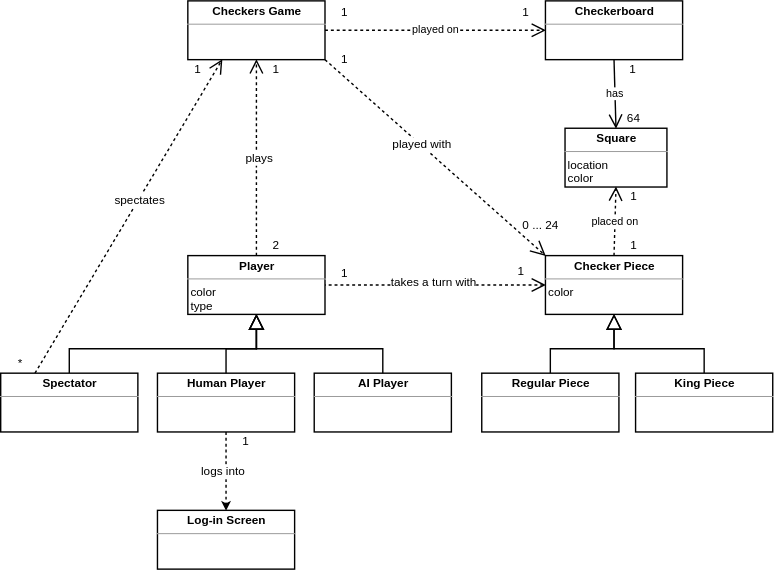
Earlier version of the draw.io export docs/DomainAnalysisGroup.svg (apd3215/WebCheckersClone). Source tidied: cells renumbered, new cells last; positions are measured from the earlier drawing's top-left corner, leaving out a move shared by most shapes. Source of this version:
```xml
<mxGraphModel>
  <root>
    <mxCell id="0" />
    <mxCell id="1" parent="0" />
    <mxCell id="2" style="edgeStyle=orthogonalEdgeStyle;rounded=0;jettySize=auto;html=1;exitX=0.5;exitY=0;exitDx=0;exitDy=0;endArrow=block;endFill=0;strokeColor=#000000;strokeWidth=1;targetPerimeterSpacing=0;endSize=13;jumpSize=6;startSize=6;" parent="1" edge="1" source="41">
      <mxGeometry relative="1" as="geometry">
        <mxPoint x="261" y="320" as="targetPoint" />
        <Array as="points">
          <mxPoint x="70" y="355" />
          <mxPoint x="261" y="355" />
        </Array>
      </mxGeometry>
    </mxCell>
    <mxCell id="3" value="&lt;p style=&quot;margin: 0px ; margin-top: 4px ; text-align: center&quot;&gt;&lt;b&gt;Player&lt;/b&gt;&lt;/p&gt;&lt;hr size=&quot;1&quot;&gt;&lt;div style=&quot;height: 2px&quot;&gt;&amp;nbsp;color&lt;/div&gt;&lt;div style=&quot;height: 2px&quot;&gt;&lt;br&gt;&lt;/div&gt;&lt;div style=&quot;height: 2px&quot;&gt;&lt;br&gt;&lt;/div&gt;&lt;div style=&quot;height: 2px&quot;&gt;&lt;br&gt;&lt;/div&gt;&lt;div style=&quot;height: 2px&quot;&gt;&lt;br&gt;&lt;/div&gt;&lt;div style=&quot;height: 2px&quot;&gt;&lt;br&gt;&lt;/div&gt;&lt;div style=&quot;height: 2px&quot;&gt;&lt;br&gt;&lt;/div&gt;&lt;div style=&quot;height: 2px&quot;&gt;&amp;nbsp;type&lt;/div&gt;&lt;div style=&quot;height: 2px&quot;&gt;&lt;br&gt;&lt;/div&gt;" style="verticalAlign=top;align=left;overflow=fill;fontSize=12;fontFamily=Helvetica;html=1;" parent="1" vertex="1">
      <mxGeometry x="191" y="260" width="140" height="60" as="geometry" />
    </mxCell>
    <mxCell id="4" value="&lt;p style=&quot;margin: 0px ; margin-top: 4px ; text-align: center&quot;&gt;&lt;b&gt;Checkerboard&lt;/b&gt;&lt;/p&gt;&lt;hr size=&quot;1&quot;&gt;&lt;div style=&quot;height: 2px&quot;&gt;&lt;/div&gt;" style="verticalAlign=top;align=left;overflow=fill;fontSize=12;fontFamily=Helvetica;html=1;" parent="1" vertex="1">
      <mxGeometry x="556" width="140" height="60" as="geometry" />
    </mxCell>
    <mxCell id="5" value="&lt;p style=&quot;margin: 0px ; margin-top: 4px ; text-align: center&quot;&gt;&lt;b&gt;Checker Piece&lt;/b&gt;&lt;/p&gt;&lt;hr size=&quot;1&quot;&gt;&lt;div style=&quot;height: 2px&quot;&gt;&amp;nbsp;color&lt;/div&gt;" style="verticalAlign=top;align=left;overflow=fill;fontSize=12;fontFamily=Helvetica;html=1;" parent="1" vertex="1">
      <mxGeometry x="556" y="260" width="140" height="60" as="geometry" />
    </mxCell>
    <mxCell id="6" value="&lt;p style=&quot;margin: 0px ; margin-top: 4px ; text-align: center&quot;&gt;&lt;b&gt;Square&lt;/b&gt;&lt;/p&gt;&lt;hr size=&quot;1&quot;&gt;&lt;div style=&quot;height: 2px&quot;&gt;&amp;nbsp;location&lt;/div&gt;&lt;div style=&quot;height: 2px&quot;&gt;&lt;br&gt;&lt;/div&gt;&lt;div style=&quot;height: 2px&quot;&gt;&lt;br&gt;&lt;/div&gt;&lt;div style=&quot;height: 2px&quot;&gt;&lt;br&gt;&lt;/div&gt;&lt;div style=&quot;height: 2px&quot;&gt;&lt;br&gt;&lt;/div&gt;&lt;div style=&quot;height: 2px&quot;&gt;&lt;br&gt;&lt;/div&gt;&lt;div style=&quot;height: 2px&quot;&gt;&lt;br&gt;&lt;/div&gt;&lt;div style=&quot;height: 2px&quot;&gt;&amp;nbsp;color&lt;/div&gt;" style="verticalAlign=top;align=left;overflow=fill;fontSize=12;fontFamily=Helvetica;html=1;" parent="1" vertex="1">
      <mxGeometry x="576" y="130" width="104" height="60" as="geometry" />
    </mxCell>
    <mxCell id="7" style="edgeStyle=none;rounded=0;comic=0;jumpStyle=none;jettySize=auto;html=1;exitX=1;exitY=1;exitDx=0;exitDy=0;entryX=0;entryY=0;entryDx=0;entryDy=0;startArrow=none;startFill=0;startSize=12;endArrow=open;endFill=0;endSize=13;strokeColor=#000000;dashed=1;" parent="1" edge="1" source="9" target="5">
      <mxGeometry relative="1" as="geometry" />
    </mxCell>
    <mxCell id="8" value="played with" style="text;html=1;align=center;verticalAlign=middle;labelBackgroundColor=#ffffff;" parent="7" vertex="1">
      <mxGeometry x="-0.13" y="1" relative="1" as="geometry" />
    </mxCell>
    <mxCell id="9" value="&lt;p style=&quot;margin: 0px ; margin-top: 4px ; text-align: center&quot;&gt;&lt;b&gt;Checkers Game&lt;/b&gt;&lt;/p&gt;&lt;hr size=&quot;1&quot;&gt;&lt;div style=&quot;height: 2px&quot;&gt;&lt;/div&gt;" style="verticalAlign=top;align=left;overflow=fill;fontSize=12;fontFamily=Helvetica;html=1;" parent="1" vertex="1">
      <mxGeometry x="191" width="140" height="60" as="geometry" />
    </mxCell>
    <mxCell id="10" value="played on" style="endArrow=open;endSize=12;html=1;exitX=1;exitY=0.5;exitDx=0;exitDy=0;entryX=0;entryY=0.5;entryDx=0;entryDy=0;dashed=1;" parent="1" edge="1" source="9" target="4">
      <mxGeometry relative="1" as="geometry" />
    </mxCell>
    <mxCell id="11" value="has" style="endArrow=open;endFill=1;endSize=12;html=1;exitX=0.5;exitY=1;exitDx=0;exitDy=0;entryX=0.5;entryY=0;entryDx=0;entryDy=0;" parent="1" edge="1" source="4" target="6">
      <mxGeometry relative="1" as="geometry" />
    </mxCell>
    <mxCell id="12" value="1" style="text;html=1;align=center;verticalAlign=middle;" parent="1" vertex="1">
      <mxGeometry x="635" y="60" width="20" height="20" as="geometry" />
    </mxCell>
    <mxCell id="13" value="64" style="text;html=1;align=center;verticalAlign=middle;" parent="1" vertex="1">
      <mxGeometry x="631" y="110" width="30" height="20" as="geometry" />
    </mxCell>
    <mxCell id="14" value="placed on" style="endArrow=open;endSize=12;html=1;entryX=0.5;entryY=1;entryDx=0;entryDy=0;dashed=1;" parent="1" edge="1" target="6">
      <mxGeometry relative="1" as="geometry">
        <mxPoint x="626" y="260" as="sourcePoint" />
      </mxGeometry>
    </mxCell>
    <mxCell id="15" style="endArrow=open;endFill=1;endSize=12;html=1;exitX=0.5;exitY=0;exitDx=0;exitDy=0;entryX=0.5;entryY=1;entryDx=0;entryDy=0;dashed=1;" parent="1" edge="1" source="3" target="9">
      <mxGeometry relative="1" as="geometry" />
    </mxCell>
    <mxCell id="16" value="plays" style="text;html=1;align=center;verticalAlign=middle;labelBackgroundColor=#ffffff;" parent="15" vertex="1">
      <mxGeometry y="-2" relative="1" as="geometry" />
    </mxCell>
    <mxCell id="17" value="2" style="text;html=1;align=center;verticalAlign=middle;" parent="1" vertex="1">
      <mxGeometry x="271" y="240" width="20" height="20" as="geometry" />
    </mxCell>
    <mxCell id="18" value="1" style="text;html=1;align=center;verticalAlign=middle;" parent="1" vertex="1">
      <mxGeometry x="271" y="60" width="20" height="20" as="geometry" />
    </mxCell>
    <mxCell id="19" value="1" style="text;html=1;align=center;verticalAlign=middle;" parent="1" vertex="1">
      <mxGeometry x="341" y="2" width="20" height="20" as="geometry" />
    </mxCell>
    <mxCell id="20" value="1" style="text;html=1;align=center;verticalAlign=middle;" parent="1" vertex="1">
      <mxGeometry x="526" y="2" width="20" height="20" as="geometry" />
    </mxCell>
    <mxCell id="21" style="endArrow=none;endFill=0;endSize=12;html=1;exitX=0;exitY=0.5;exitDx=0;exitDy=0;entryX=1;entryY=0.5;entryDx=0;entryDy=0;startSize=12;startArrow=open;startFill=0;dashed=1;" parent="1" edge="1" source="5" target="3">
      <mxGeometry relative="1" as="geometry" />
    </mxCell>
    <mxCell id="22" value="takes a turn with" style="text;html=1;align=center;verticalAlign=middle;labelBackgroundColor=#ffffff;" parent="21" vertex="1">
      <mxGeometry x="0.02" y="-3" relative="1" as="geometry" />
    </mxCell>
    <mxCell id="23" value="1" style="text;html=1;align=center;verticalAlign=middle;" parent="1" vertex="1">
      <mxGeometry x="341" y="269" width="20" height="20" as="geometry" />
    </mxCell>
    <mxCell id="24" value="1" style="text;html=1;align=center;verticalAlign=middle;" parent="1" vertex="1">
      <mxGeometry x="636" y="240" width="20" height="20" as="geometry" />
    </mxCell>
    <mxCell id="25" value="1" style="text;html=1;align=center;verticalAlign=middle;" parent="1" vertex="1">
      <mxGeometry x="636" y="190" width="20" height="20" as="geometry" />
    </mxCell>
    <mxCell id="26" style="edgeStyle=orthogonalEdgeStyle;rounded=0;jettySize=auto;html=1;exitX=0.5;exitY=0;exitDx=0;exitDy=0;entryX=0.5;entryY=1;entryDx=0;entryDy=0;startArrow=none;startFill=0;startSize=12;endArrow=block;endFill=0;endSize=13;" parent="1" edge="1" source="27" target="5">
      <mxGeometry relative="1" as="geometry" />
    </mxCell>
    <mxCell id="27" value="&lt;p style=&quot;margin: 0px ; margin-top: 4px ; text-align: center&quot;&gt;&lt;b&gt;King Piece&lt;/b&gt;&lt;/p&gt;&lt;hr size=&quot;1&quot;&gt;&lt;div style=&quot;height: 2px&quot;&gt;&lt;br&gt;&lt;/div&gt;" style="verticalAlign=top;align=left;overflow=fill;fontSize=12;fontFamily=Helvetica;html=1;" parent="1" vertex="1">
      <mxGeometry x="648" y="380" width="140" height="60" as="geometry" />
    </mxCell>
    <mxCell id="28" value="1" style="text;html=1;align=center;verticalAlign=middle;" parent="1" vertex="1">
      <mxGeometry x="521" y="267" width="20" height="20" as="geometry" />
    </mxCell>
    <mxCell id="29" style="rounded=0;jettySize=auto;html=1;exitX=0.5;exitY=1;exitDx=0;exitDy=0;entryX=0.5;entryY=0;entryDx=0;entryDy=0;strokeColor=#000000;dashed=1;" parent="1" edge="1" source="31" target="37">
      <mxGeometry relative="1" as="geometry" />
    </mxCell>
    <mxCell id="30" value="logs into" style="text;html=1;align=center;verticalAlign=middle;labelBackgroundColor=#ffffff;" parent="29" vertex="1">
      <mxGeometry y="-4" relative="1" as="geometry" />
    </mxCell>
    <mxCell id="31" value="&lt;p style=&quot;margin: 0px ; margin-top: 4px ; text-align: center&quot;&gt;&lt;b&gt;Human Player&lt;/b&gt;&lt;/p&gt;&lt;hr size=&quot;1&quot;&gt;&lt;div style=&quot;height: 2px&quot;&gt;&lt;/div&gt;" style="verticalAlign=top;align=left;overflow=fill;fontSize=12;fontFamily=Helvetica;html=1;" parent="1" vertex="1">
      <mxGeometry x="160" y="380" width="140" height="60" as="geometry" />
    </mxCell>
    <mxCell id="32" value="&lt;p style=&quot;margin: 0px ; margin-top: 4px ; text-align: center&quot;&gt;&lt;b&gt;AI Player&lt;/b&gt;&lt;/p&gt;&lt;hr size=&quot;1&quot;&gt;&lt;div style=&quot;height: 2px&quot;&gt;&lt;/div&gt;" style="verticalAlign=top;align=left;overflow=fill;fontSize=12;fontFamily=Helvetica;html=1;" parent="1" vertex="1">
      <mxGeometry x="320" y="380" width="140" height="60" as="geometry" />
    </mxCell>
    <mxCell id="33" style="edgeStyle=orthogonalEdgeStyle;rounded=0;jettySize=auto;html=1;exitX=0.5;exitY=0;exitDx=0;exitDy=0;entryX=0.5;entryY=1;entryDx=0;entryDy=0;startArrow=none;startFill=0;startSize=12;endArrow=block;endFill=0;endSize=13;" parent="1" edge="1" source="34" target="5">
      <mxGeometry relative="1" as="geometry" />
    </mxCell>
    <mxCell id="34" value="&lt;p style=&quot;margin: 0px ; margin-top: 4px ; text-align: center&quot;&gt;&lt;b&gt;Regular Piece&lt;/b&gt;&lt;/p&gt;&lt;hr size=&quot;1&quot;&gt;&lt;div style=&quot;height: 2px&quot;&gt;&lt;br&gt;&lt;/div&gt;" style="verticalAlign=top;align=left;overflow=fill;fontSize=12;fontFamily=Helvetica;html=1;" parent="1" vertex="1">
      <mxGeometry x="491" y="380" width="140" height="60" as="geometry" />
    </mxCell>
    <mxCell id="35" value="1" style="text;html=1;align=center;verticalAlign=middle;" parent="1" vertex="1">
      <mxGeometry x="341" y="50" width="20" height="20" as="geometry" />
    </mxCell>
    <mxCell id="36" value="0 ... 24" style="text;html=1;align=center;verticalAlign=middle;" parent="1" vertex="1">
      <mxGeometry x="526" y="220" width="50" height="20" as="geometry" />
    </mxCell>
    <mxCell id="37" value="&lt;p style=&quot;margin: 0px ; margin-top: 4px ; text-align: center&quot;&gt;&lt;b&gt;Log-in Screen&lt;/b&gt;&lt;/p&gt;&lt;hr size=&quot;1&quot;&gt;&lt;div style=&quot;height: 2px&quot;&gt;&lt;/div&gt;" style="verticalAlign=top;align=left;overflow=fill;fontSize=12;fontFamily=Helvetica;html=1;" parent="1" vertex="1">
      <mxGeometry x="160" y="520" width="140" height="60" as="geometry" />
    </mxCell>
    <mxCell id="38" value="1" style="text;html=1;align=center;verticalAlign=middle;" parent="1" vertex="1">
      <mxGeometry x="240" y="440" width="20" height="20" as="geometry" />
    </mxCell>
    <mxCell id="39" style="edgeStyle=none;rounded=0;jettySize=auto;html=1;exitX=0.25;exitY=0;exitDx=0;exitDy=0;entryX=0.25;entryY=1;entryDx=0;entryDy=0;dashed=1;strokeColor=#000000;endArrow=open;endFill=0;endSize=12;" parent="1" edge="1" source="41" target="9">
      <mxGeometry relative="1" as="geometry" />
    </mxCell>
    <mxCell id="40" value="spectates" style="text;html=1;align=center;verticalAlign=middle;labelBackgroundColor=#ffffff;" parent="39" vertex="1">
      <mxGeometry x="0.11" y="-2" relative="1" as="geometry">
        <mxPoint x="-1" as="offset" />
      </mxGeometry>
    </mxCell>
    <mxCell id="41" value="&lt;p style=&quot;margin: 0px ; margin-top: 4px ; text-align: center&quot;&gt;&lt;b&gt;Spectator&lt;/b&gt;&lt;/p&gt;&lt;hr size=&quot;1&quot;&gt;&lt;div style=&quot;height: 2px&quot;&gt;&lt;/div&gt;" style="verticalAlign=top;align=left;overflow=fill;fontSize=12;fontFamily=Helvetica;html=1;" parent="1" vertex="1">
      <mxGeometry y="380" width="140" height="60" as="geometry" />
    </mxCell>
    <mxCell id="42" value="*" style="text;html=1;align=center;verticalAlign=middle;" parent="1" vertex="1">
      <mxGeometry x="10" y="360" width="20" height="20" as="geometry" />
    </mxCell>
    <mxCell id="43" value="1" style="text;html=1;align=center;verticalAlign=middle;" parent="1" vertex="1">
      <mxGeometry x="191" y="60" width="20" height="20" as="geometry" />
    </mxCell>
    <mxCell id="44" style="edgeStyle=orthogonalEdgeStyle;rounded=0;jettySize=auto;html=1;exitX=0.5;exitY=0;exitDx=0;exitDy=0;startArrow=none;startFill=0;startSize=12;endArrow=block;endFill=0;endSize=13;" parent="1" edge="1" source="32">
      <mxGeometry relative="1" as="geometry">
        <mxPoint x="261" y="320" as="targetPoint" />
      </mxGeometry>
    </mxCell>
    <mxCell id="45" style="edgeStyle=orthogonalEdgeStyle;rounded=0;jettySize=auto;html=1;exitX=0.5;exitY=0;exitDx=0;exitDy=0;entryX=0.5;entryY=1;entryDx=0;entryDy=0;startArrow=none;startFill=0;startSize=12;endArrow=block;endFill=0;endSize=13;" parent="1" edge="1" source="31" target="3">
      <mxGeometry relative="1" as="geometry" />
    </mxCell>
  </root>
</mxGraphModel>
```
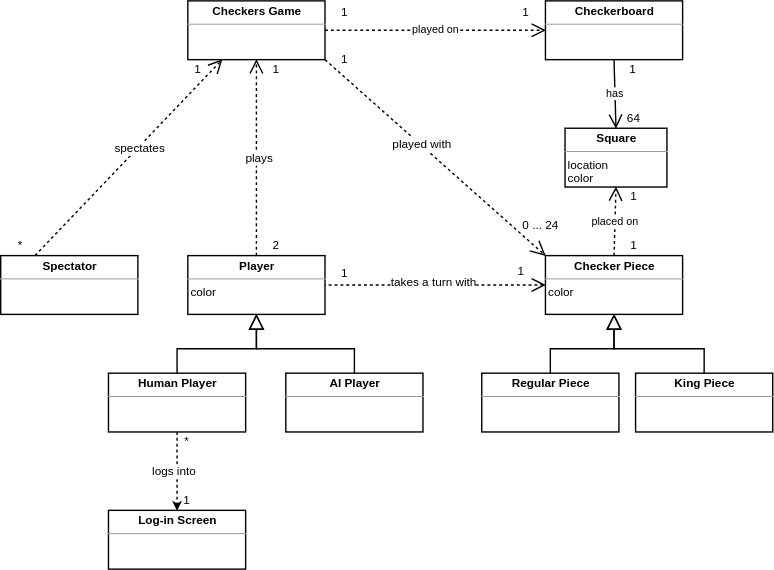
Above is the later version.

Commit message:
replaced domain analysis with updated svg

Change to the diagram source:
```diff
@@ -2,16 +2,7 @@
   <root>
     <mxCell id="0" />
     <mxCell id="1" parent="0" />
-    <mxCell id="2" style="edgeStyle=orthogonalEdgeStyle;rounded=0;jettySize=auto;html=1;exitX=0.5;exitY=0;exitDx=0;exitDy=0;endArrow=block;endFill=0;strokeColor=#000000;strokeWidth=1;targetPerimeterSpacing=0;endSize=13;jumpSize=6;startSize=6;" parent="1" edge="1" source="41">
-      <mxGeometry relative="1" as="geometry">
-        <mxPoint x="261" y="320" as="targetPoint" />
-        <Array as="points">
-          <mxPoint x="70" y="355" />
-          <mxPoint x="261" y="355" />
-        </Array>
-      </mxGeometry>
-    </mxCell>
-    <mxCell id="3" value="&lt;p style=&quot;margin: 0px ; margin-top: 4px ; text-align: center&quot;&gt;&lt;b&gt;Player&lt;/b&gt;&lt;/p&gt;&lt;hr size=&quot;1&quot;&gt;&lt;div style=&quot;height: 2px&quot;&gt;&amp;nbsp;color&lt;/div&gt;&lt;div style=&quot;height: 2px&quot;&gt;&lt;br&gt;&lt;/div&gt;&lt;div style=&quot;height: 2px&quot;&gt;&lt;br&gt;&lt;/div&gt;&lt;div style=&quot;height: 2px&quot;&gt;&lt;br&gt;&lt;/div&gt;&lt;div style=&quot;height: 2px&quot;&gt;&lt;br&gt;&lt;/div&gt;&lt;div style=&quot;height: 2px&quot;&gt;&lt;br&gt;&lt;/div&gt;&lt;div style=&quot;height: 2px&quot;&gt;&lt;br&gt;&lt;/div&gt;&lt;div style=&quot;height: 2px&quot;&gt;&amp;nbsp;type&lt;/div&gt;&lt;div style=&quot;height: 2px&quot;&gt;&lt;br&gt;&lt;/div&gt;" style="verticalAlign=top;align=left;overflow=fill;fontSize=12;fontFamily=Helvetica;html=1;" parent="1" vertex="1">
+    <mxCell id="3" value="&lt;p style=&quot;margin: 0px ; margin-top: 4px ; text-align: center&quot;&gt;&lt;b&gt;Player&lt;/b&gt;&lt;/p&gt;&lt;hr size=&quot;1&quot;&gt;&lt;div style=&quot;height: 2px&quot;&gt;&amp;nbsp;color&lt;/div&gt;&lt;div style=&quot;height: 2px&quot;&gt;&lt;br&gt;&lt;/div&gt;&lt;div style=&quot;height: 2px&quot;&gt;&lt;br&gt;&lt;/div&gt;&lt;div style=&quot;height: 2px&quot;&gt;&lt;br&gt;&lt;/div&gt;&lt;div style=&quot;height: 2px&quot;&gt;&lt;br&gt;&lt;/div&gt;&lt;div style=&quot;height: 2px&quot;&gt;&lt;br&gt;&lt;/div&gt;&lt;div style=&quot;height: 2px&quot;&gt;&lt;br&gt;&lt;/div&gt;&lt;div style=&quot;height: 2px&quot;&gt;&lt;br&gt;&lt;/div&gt;&lt;div style=&quot;height: 2px&quot;&gt;&lt;br&gt;&lt;/div&gt;" style="verticalAlign=top;align=left;overflow=fill;fontSize=12;fontFamily=Helvetica;html=1;" parent="1" vertex="1">
       <mxGeometry x="191" y="260" width="140" height="60" as="geometry" />
     </mxCell>
     <mxCell id="4" value="&lt;p style=&quot;margin: 0px ; margin-top: 4px ; text-align: center&quot;&gt;&lt;b&gt;Checkerboard&lt;/b&gt;&lt;/p&gt;&lt;hr size=&quot;1&quot;&gt;&lt;div style=&quot;height: 2px&quot;&gt;&lt;/div&gt;" style="verticalAlign=top;align=left;overflow=fill;fontSize=12;fontFamily=Helvetica;html=1;" parent="1" vertex="1">
@@ -98,10 +89,10 @@
       <mxGeometry y="-4" relative="1" as="geometry" />
     </mxCell>
     <mxCell id="31" value="&lt;p style=&quot;margin: 0px ; margin-top: 4px ; text-align: center&quot;&gt;&lt;b&gt;Human Player&lt;/b&gt;&lt;/p&gt;&lt;hr size=&quot;1&quot;&gt;&lt;div style=&quot;height: 2px&quot;&gt;&lt;/div&gt;" style="verticalAlign=top;align=left;overflow=fill;fontSize=12;fontFamily=Helvetica;html=1;" parent="1" vertex="1">
-      <mxGeometry x="160" y="380" width="140" height="60" as="geometry" />
+      <mxGeometry x="110" y="380" width="140" height="60" as="geometry" />
     </mxCell>
     <mxCell id="32" value="&lt;p style=&quot;margin: 0px ; margin-top: 4px ; text-align: center&quot;&gt;&lt;b&gt;AI Player&lt;/b&gt;&lt;/p&gt;&lt;hr size=&quot;1&quot;&gt;&lt;div style=&quot;height: 2px&quot;&gt;&lt;/div&gt;" style="verticalAlign=top;align=left;overflow=fill;fontSize=12;fontFamily=Helvetica;html=1;" parent="1" vertex="1">
-      <mxGeometry x="320" y="380" width="140" height="60" as="geometry" />
+      <mxGeometry x="291" y="380" width="140" height="60" as="geometry" />
     </mxCell>
     <mxCell id="33" style="edgeStyle=orthogonalEdgeStyle;rounded=0;jettySize=auto;html=1;exitX=0.5;exitY=0;exitDx=0;exitDy=0;entryX=0.5;entryY=1;entryDx=0;entryDy=0;startArrow=none;startFill=0;startSize=12;endArrow=block;endFill=0;endSize=13;" parent="1" edge="1" source="34" target="5">
       <mxGeometry relative="1" as="geometry" />
@@ -116,10 +107,10 @@
       <mxGeometry x="526" y="220" width="50" height="20" as="geometry" />
     </mxCell>
     <mxCell id="37" value="&lt;p style=&quot;margin: 0px ; margin-top: 4px ; text-align: center&quot;&gt;&lt;b&gt;Log-in Screen&lt;/b&gt;&lt;/p&gt;&lt;hr size=&quot;1&quot;&gt;&lt;div style=&quot;height: 2px&quot;&gt;&lt;/div&gt;" style="verticalAlign=top;align=left;overflow=fill;fontSize=12;fontFamily=Helvetica;html=1;" parent="1" vertex="1">
-      <mxGeometry x="160" y="520" width="140" height="60" as="geometry" />
+      <mxGeometry x="110" y="520" width="140" height="60" as="geometry" />
     </mxCell>
     <mxCell id="38" value="1" style="text;html=1;align=center;verticalAlign=middle;" parent="1" vertex="1">
-      <mxGeometry x="240" y="440" width="20" height="20" as="geometry" />
+      <mxGeometry x="180" y="500" width="20" height="20" as="geometry" />
     </mxCell>
     <mxCell id="39" style="edgeStyle=none;rounded=0;jettySize=auto;html=1;exitX=0.25;exitY=0;exitDx=0;exitDy=0;entryX=0.25;entryY=1;entryDx=0;entryDy=0;dashed=1;strokeColor=#000000;endArrow=open;endFill=0;endSize=12;" parent="1" edge="1" source="41" target="9">
       <mxGeometry relative="1" as="geometry" />
@@ -130,10 +121,10 @@
       </mxGeometry>
     </mxCell>
     <mxCell id="41" value="&lt;p style=&quot;margin: 0px ; margin-top: 4px ; text-align: center&quot;&gt;&lt;b&gt;Spectator&lt;/b&gt;&lt;/p&gt;&lt;hr size=&quot;1&quot;&gt;&lt;div style=&quot;height: 2px&quot;&gt;&lt;/div&gt;" style="verticalAlign=top;align=left;overflow=fill;fontSize=12;fontFamily=Helvetica;html=1;" parent="1" vertex="1">
-      <mxGeometry y="380" width="140" height="60" as="geometry" />
+      <mxGeometry y="260" width="140" height="60" as="geometry" />
     </mxCell>
     <mxCell id="42" value="*" style="text;html=1;align=center;verticalAlign=middle;" parent="1" vertex="1">
-      <mxGeometry x="10" y="360" width="20" height="20" as="geometry" />
+      <mxGeometry x="10" y="240" width="20" height="20" as="geometry" />
     </mxCell>
     <mxCell id="43" value="1" style="text;html=1;align=center;verticalAlign=middle;" parent="1" vertex="1">
       <mxGeometry x="191" y="60" width="20" height="20" as="geometry" />
@@ -146,5 +137,8 @@
     <mxCell id="45" style="edgeStyle=orthogonalEdgeStyle;rounded=0;jettySize=auto;html=1;exitX=0.5;exitY=0;exitDx=0;exitDy=0;entryX=0.5;entryY=1;entryDx=0;entryDy=0;startArrow=none;startFill=0;startSize=12;endArrow=block;endFill=0;endSize=13;" parent="1" edge="1" source="31" target="3">
       <mxGeometry relative="1" as="geometry" />
     </mxCell>
+    <mxCell id="46" value="*" style="text;html=1;align=center;verticalAlign=middle;" parent="1" vertex="1">
+      <mxGeometry x="180" y="440" width="20" height="20" as="geometry" />
+    </mxCell>
   </root>
 </mxGraphModel>
```
